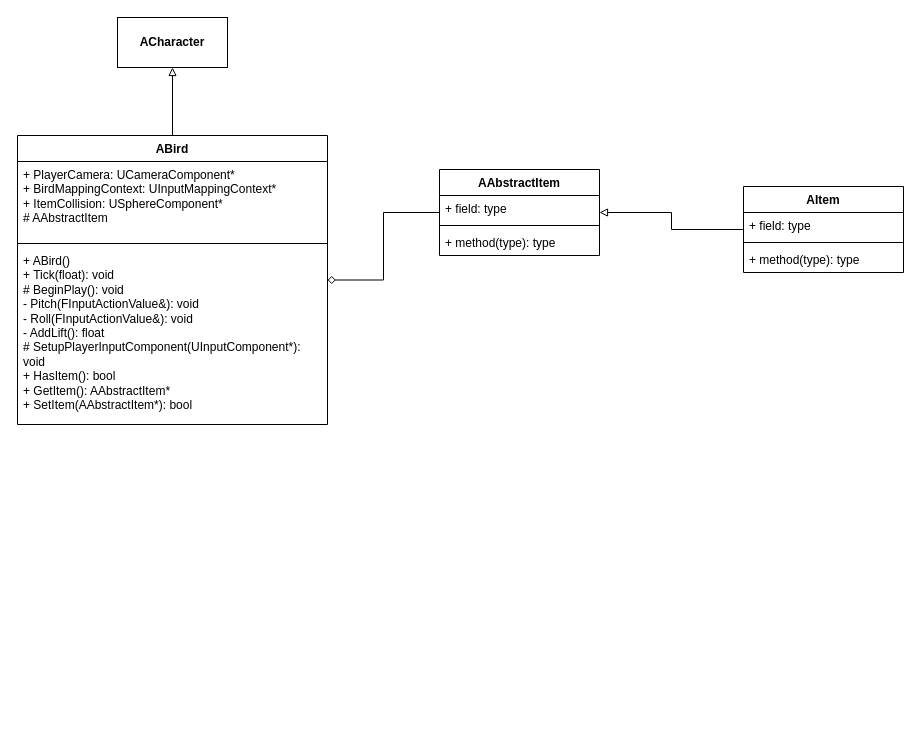
Before: UML.drawio in herrkrabbe/BirdGame, a draw.io diagram. Source tidied: cells renumbered, new cells numbered last; positions are measured from the earlier drawing's top-left corner, leaving out a move shared by most shapes. Both pictures are drawn from the tidied source at 100%, with x=0, y=0 at pixel (17, 17).
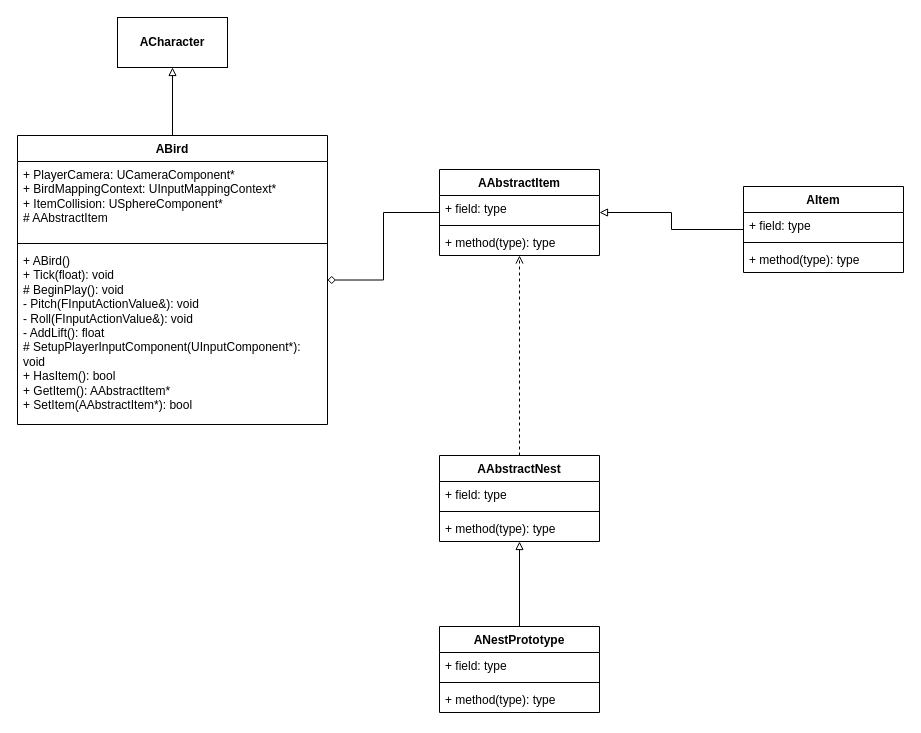
Above is the later version.

Commit message:
Added nest to uml

The change refers to these unchanged cells:
```xml
<mxCell id="9" value="AAbstractItem" style="swimlane;fontStyle=1;align=center;verticalAlign=top;horizontal=1;startSize=26;whiteSpace=wrap;html=1;" parent="1" vertex="1">
  <mxGeometry x="422" y="152" width="160" height="86" as="geometry" />
</mxCell>
```

Change to the diagram source:
```diff
@@
+    <mxCell id="18" style="edgeStyle=orthogonalEdgeStyle;rounded=0;jettySize=auto;html=1;endArrow=open;endFill=0;dashed=1;" parent="1" edge="1" source="19" target="9">
+      <mxGeometry relative="1" as="geometry" />
+    </mxCell>
+    <mxCell id="19" value="AAbstractNest" style="swimlane;fontStyle=1;align=center;verticalAlign=top;horizontal=1;startSize=26;whiteSpace=wrap;html=1;" parent="1" vertex="1">
+      <mxGeometry x="422" y="438" width="160" height="86" as="geometry" />
+    </mxCell>
+    <mxCell id="20" value="+ field: type" style="text;strokeColor=none;fillColor=none;align=left;verticalAlign=top;spacingLeft=4;spacingRight=4;overflow=hidden;whiteSpace=wrap;html=1;" parent="19" vertex="1">
+      <mxGeometry y="26" width="160" height="26" as="geometry" />
+    </mxCell>
+    <mxCell id="21" style="line;strokeWidth=1;fillColor=none;align=left;verticalAlign=middle;spacingTop=-1;spacingLeft=3;spacingRight=3;labelPosition=right;strokeColor=inherit;" parent="19" vertex="1">
+      <mxGeometry y="52" width="160" height="8" as="geometry" />
+    </mxCell>
+    <mxCell id="22" value="+ method(type): type" style="text;strokeColor=none;fillColor=none;align=left;verticalAlign=top;spacingLeft=4;spacingRight=4;overflow=hidden;whiteSpace=wrap;html=1;" parent="19" vertex="1">
+      <mxGeometry y="60" width="160" height="26" as="geometry" />
+    </mxCell>
+    <mxCell id="23" style="edgeStyle=orthogonalEdgeStyle;rounded=0;jettySize=auto;html=1;endArrow=block;endFill=0;" parent="1" edge="1" source="24" target="19">
+      <mxGeometry relative="1" as="geometry" />
+    </mxCell>
+    <mxCell id="24" value="ANestPrototype" style="swimlane;fontStyle=1;align=center;verticalAlign=top;horizontal=1;startSize=26;whiteSpace=wrap;html=1;" parent="1" vertex="1">
+      <mxGeometry x="422" y="609" width="160" height="86" as="geometry" />
+    </mxCell>
+    <mxCell id="25" value="+ field: type" style="text;strokeColor=none;fillColor=none;align=left;verticalAlign=top;spacingLeft=4;spacingRight=4;overflow=hidden;whiteSpace=wrap;html=1;" parent="24" vertex="1">
+      <mxGeometry y="26" width="160" height="26" as="geometry" />
+    </mxCell>
+    <mxCell id="26" style="line;strokeWidth=1;fillColor=none;align=left;verticalAlign=middle;spacingTop=-1;spacingLeft=3;spacingRight=3;labelPosition=right;strokeColor=inherit;" parent="24" vertex="1">
+      <mxGeometry y="52" width="160" height="8" as="geometry" />
+    </mxCell>
+    <mxCell id="27" value="+ method(type): type" style="text;strokeColor=none;fillColor=none;align=left;verticalAlign=top;spacingLeft=4;spacingRight=4;overflow=hidden;whiteSpace=wrap;html=1;" parent="24" vertex="1">
+      <mxGeometry y="60" width="160" height="26" as="geometry" />
+    </mxCell>
```
